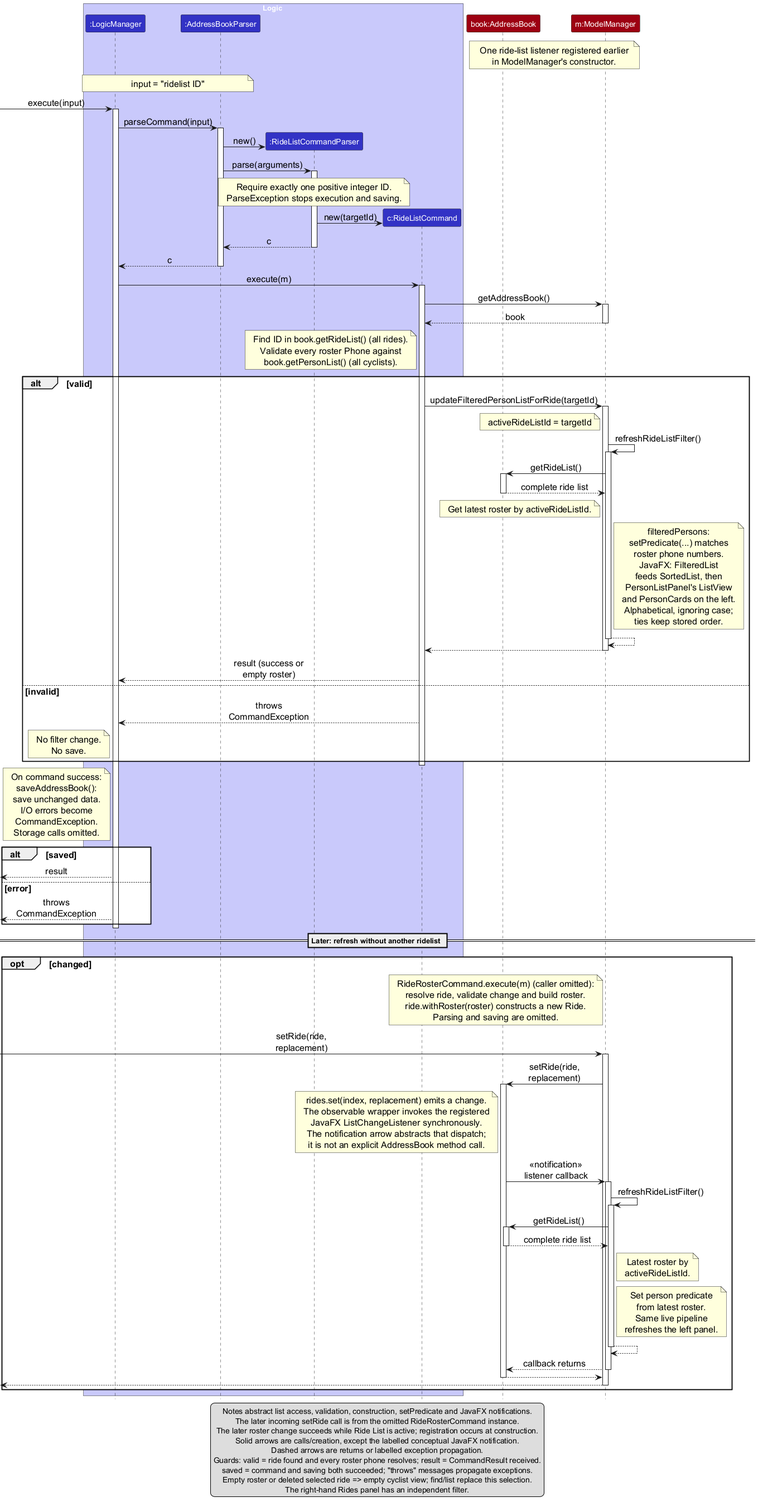
Above: docs/images/RideListSequenceDiagram.png in AY2627S1-CS2103T-W11-1/tp (PlantUML), before the change.
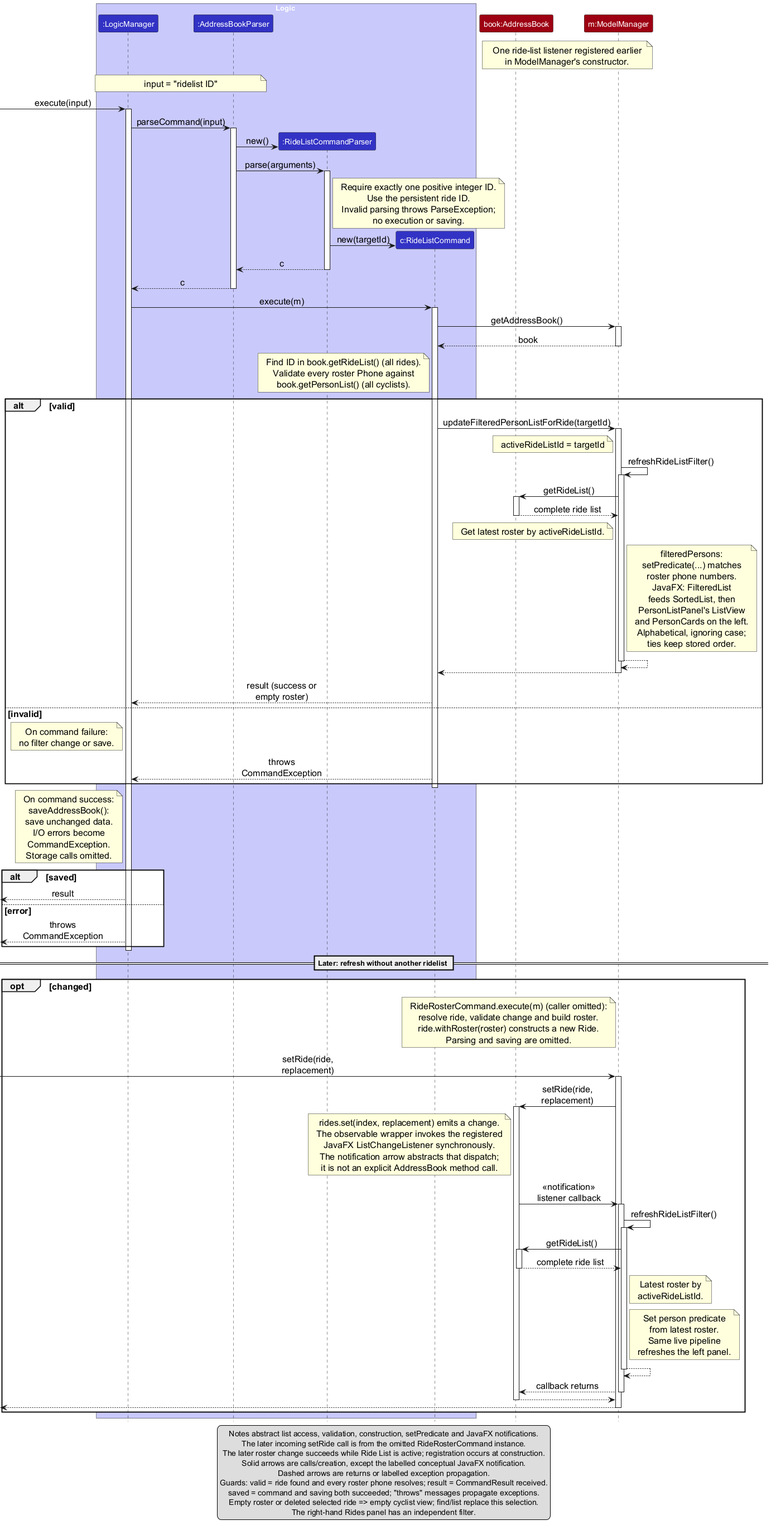
Above is the later version.

Commit message:
Correct UML activation bars and diagram layout

Change to the diagram source:
```diff
@@ -31,7 +31,12 @@
 Parser -> ListParser : new()
 Parser -> ListParser : parse(arguments)
 activate ListParser
-note over ListParser : Require exactly one positive integer ID.\nParseException stops execution and saving.
+note right of ListParser
+  Require exactly one positive integer ID.
+  Use the persistent ride ID.
+  Invalid parsing throws ParseException;
+  no execution or saving.
+end note
 create Command
 ListParser -> Command : new(targetId)
 ListParser --> Parser : c
@@ -78,8 +83,8 @@
     deactivate Model
     Command --> Logic : result (success or empty roster)
 else invalid
+    note left of Logic : On command failure:\nno filter change or save.
     Command --> Logic : throws CommandException
-    note left of Logic : No filter change.\nNo save.
 end
 deactivate Command
 note left of Logic
```
